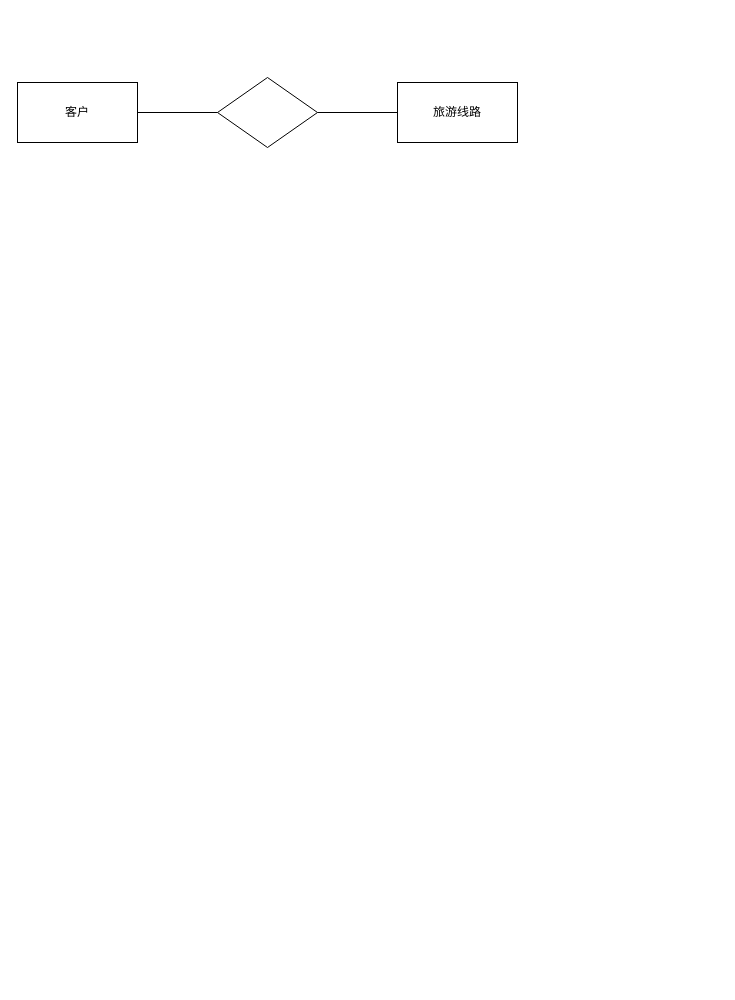
The draw.io diagram Untitled Diagram.drawio in AkeMondx/HNU-Auto-Clockin, before the edit. Source tidied: cells renumbered, new cells numbered last; positions are measured from the earlier drawing's top-left corner, leaving out a move shared by most shapes. Both pictures are drawn from the tidied source at 100%, with x=0, y=0 at pixel (17, 77).
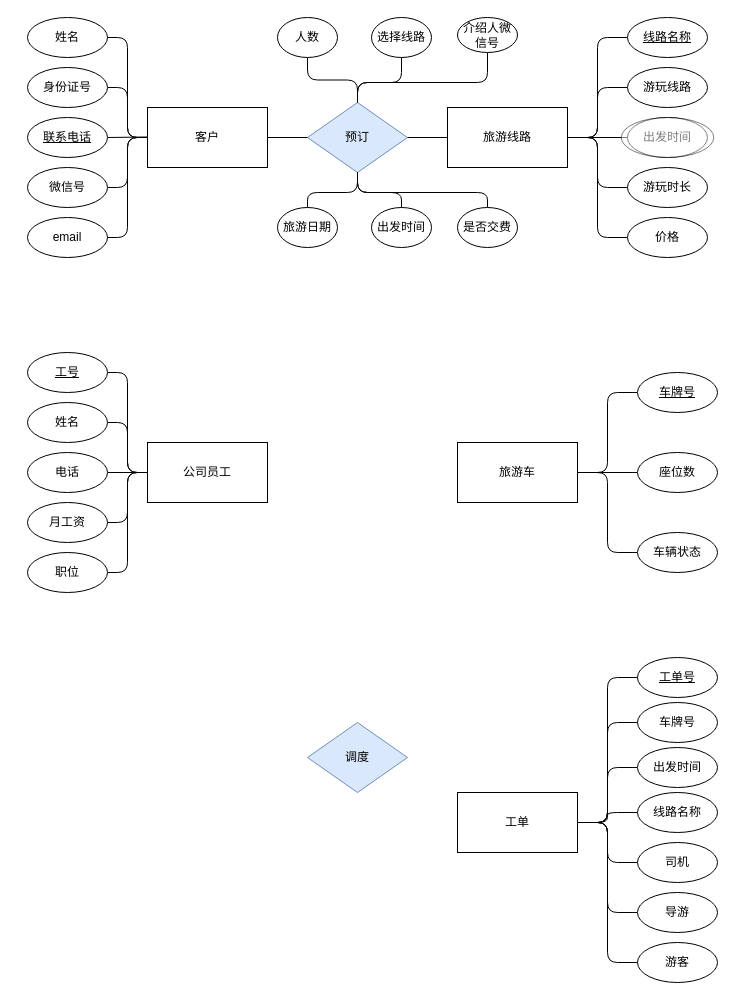
Above is the later version.

Change to the diagram source:
```diff
@@
     <mxCell id="2" value="客户" style="rounded=0;whiteSpace=wrap;html=1;sketch=0;" parent="1" vertex="1">
-      <mxGeometry y="5" width="120" height="60" as="geometry" />
+      <mxGeometry x="130" y="30" width="120" height="60" as="geometry" />
     </mxCell>
-    <mxCell id="3" style="rhombus;whiteSpace=wrap;html=1;rounded=0;sketch=0;" parent="1" vertex="1">
-      <mxGeometry x="200" width="100" height="70" as="geometry" />
+    <mxCell id="3" value="预订" style="rhombus;whiteSpace=wrap;html=1;rounded=0;sketch=0;fillColor=#dae8fc;strokeColor=#6c8ebf;" parent="1" vertex="1">
+      <mxGeometry x="290" y="25" width="100" height="70" as="geometry" />
     </mxCell>
-    <mxCell id="4" value="旅游线路" style="rounded=0;whiteSpace=wrap;html=1;sketch=0;" parent="1" vertex="1">
-      <mxGeometry x="380" y="5" width="120" height="60" as="geometry" />
-    </mxCell>
@@
-    <mxCell id="6" style="endArrow=none;html=1;rounded=1;sketch=0;curved=0;exitX=1;exitY=0.5;exitDx=0;exitDy=0;" parent="1" edge="1" source="3">
+    <mxCell id="6" style="endArrow=none;html=1;rounded=1;sketch=0;curved=0;exitX=1;exitY=0.5;exitDx=0;exitDy=0;startArrow=none;" parent="1" edge="1" source="4">
       <mxGeometry relative="1" as="geometry">
-        <mxPoint x="380" y="35" as="targetPoint" />
+        <mxPoint x="470" y="60" as="targetPoint" />
       </mxGeometry>
     </mxCell>
+    <mxCell id="7" style="edgeStyle=orthogonalEdgeStyle;curved=0;rounded=1;sketch=0;jettySize=auto;html=1;exitX=0;exitY=0.5;exitDx=0;exitDy=0;entryX=1;entryY=0.5;entryDx=0;entryDy=0;endArrow=none;endFill=0;" parent="1" edge="1" source="8" target="4">
+      <mxGeometry relative="1" as="geometry" />
+    </mxCell>
+    <mxCell id="8" value="出发时间" style="ellipse;whiteSpace=wrap;html=1;rounded=0;sketch=0;shadow=0;gradientColor=none;perimeterSpacing=0;labelBorderColor=none;labelBackgroundColor=none;" parent="1" vertex="1">
+      <mxGeometry x="610" y="40" width="80" height="40" as="geometry" />
+    </mxCell>
+    <mxCell id="9" style="edgeStyle=orthogonalEdgeStyle;curved=0;rounded=1;sketch=0;jettySize=auto;html=1;exitX=0;exitY=0.5;exitDx=0;exitDy=0;entryX=1;entryY=0.5;entryDx=0;entryDy=0;endArrow=none;endFill=0;" parent="1" edge="1" source="10" target="4">
+      <mxGeometry relative="1" as="geometry" />
+    </mxCell>
+    <mxCell id="10" value="游玩时长" style="ellipse;whiteSpace=wrap;html=1;rounded=0;sketch=0;" parent="1" vertex="1">
+      <mxGeometry x="610" y="90" width="80" height="40" as="geometry" />
+    </mxCell>
+    <mxCell id="11" style="edgeStyle=orthogonalEdgeStyle;curved=0;rounded=1;sketch=0;jettySize=auto;html=1;entryX=1;entryY=0.5;entryDx=0;entryDy=0;endArrow=none;endFill=0;" parent="1" edge="1" source="12" target="4">
+      <mxGeometry relative="1" as="geometry" />
+    </mxCell>
+    <mxCell id="12" value="价格" style="ellipse;whiteSpace=wrap;html=1;rounded=0;sketch=0;" parent="1" vertex="1">
+      <mxGeometry x="610" y="140" width="80" height="40" as="geometry" />
+    </mxCell>
+    <mxCell id="13" style="edgeStyle=orthogonalEdgeStyle;curved=0;rounded=1;sketch=0;jettySize=auto;html=1;exitX=0;exitY=0.5;exitDx=0;exitDy=0;entryX=1;entryY=0.5;entryDx=0;entryDy=0;endArrow=none;endFill=0;" parent="1" edge="1" source="14" target="4">
+      <mxGeometry relative="1" as="geometry" />
+    </mxCell>
+    <mxCell id="14" value="游玩线路" style="ellipse;whiteSpace=wrap;html=1;rounded=0;sketch=0;" parent="1" vertex="1">
+      <mxGeometry x="610" y="-10" width="80" height="40" as="geometry" />
+    </mxCell>
+    <mxCell id="15" style="edgeStyle=orthogonalEdgeStyle;curved=0;rounded=1;sketch=0;jettySize=auto;html=1;entryX=1;entryY=0.5;entryDx=0;entryDy=0;endArrow=none;endFill=0;" parent="1" edge="1" source="16" target="4">
+      <mxGeometry relative="1" as="geometry" />
+    </mxCell>
+    <mxCell id="16" value="线路名称" style="ellipse;whiteSpace=wrap;html=1;rounded=0;sketch=0;gradientColor=none;fontStyle=4;" parent="1" vertex="1">
+      <mxGeometry x="610" y="-60" width="80" height="40" as="geometry" />
+    </mxCell>
+    <mxCell id="17" style="edgeStyle=orthogonalEdgeStyle;curved=0;rounded=1;sketch=0;jettySize=auto;html=1;exitX=1;exitY=0.5;exitDx=0;exitDy=0;entryX=0;entryY=0.5;entryDx=0;entryDy=0;endArrow=none;endFill=0;" parent="1" edge="1" source="18" target="2">
+      <mxGeometry relative="1" as="geometry" />
+    </mxCell>
+    <mxCell id="18" value="姓名" style="ellipse;whiteSpace=wrap;html=1;rounded=0;sketch=0;" parent="1" vertex="1">
+      <mxGeometry x="10" y="-60" width="80" height="40" as="geometry" />
+    </mxCell>
+    <mxCell id="4" value="旅游线路" style="rounded=0;whiteSpace=wrap;html=1;sketch=0;" parent="1" vertex="1">
+      <mxGeometry x="430" y="30" width="120" height="60" as="geometry" />
+    </mxCell>
+    <mxCell id="19" style="endArrow=none;html=1;rounded=1;sketch=0;curved=0;exitX=1;exitY=0.5;exitDx=0;exitDy=0;" parent="1" edge="1" source="3" target="4">
+      <mxGeometry relative="1" as="geometry" />
+    </mxCell>
+    <mxCell id="20" style="edgeStyle=orthogonalEdgeStyle;curved=0;rounded=1;sketch=0;jettySize=auto;html=1;exitX=1;exitY=0.5;exitDx=0;exitDy=0;entryX=0;entryY=0.5;entryDx=0;entryDy=0;endArrow=none;endFill=0;" parent="1" edge="1" source="21" target="2">
+      <mxGeometry relative="1" as="geometry" />
+    </mxCell>
+    <mxCell id="21" value="身份证号" style="ellipse;whiteSpace=wrap;html=1;rounded=0;sketch=0;" parent="1" vertex="1">
+      <mxGeometry x="10" y="-10" width="80" height="40" as="geometry" />
+    </mxCell>
+    <mxCell id="22" style="edgeStyle=orthogonalEdgeStyle;curved=0;rounded=1;sketch=0;jettySize=auto;html=1;exitX=1;exitY=0.5;exitDx=0;exitDy=0;endArrow=none;endFill=0;" parent="1" edge="1" source="23">
+      <mxGeometry relative="1" as="geometry">
+        <mxPoint x="130" y="59.5" as="targetPoint" />
+      </mxGeometry>
+    </mxCell>
+    <mxCell id="23" value="联系电话" style="ellipse;whiteSpace=wrap;html=1;rounded=0;sketch=0;fontStyle=4;" parent="1" vertex="1">
+      <mxGeometry x="10" y="40" width="80" height="40" as="geometry" />
+    </mxCell>
+    <mxCell id="24" style="edgeStyle=orthogonalEdgeStyle;curved=0;rounded=1;sketch=0;jettySize=auto;html=1;exitX=1;exitY=0.5;exitDx=0;exitDy=0;entryX=0;entryY=0.5;entryDx=0;entryDy=0;endArrow=none;endFill=0;" parent="1" edge="1" source="25" target="2">
+      <mxGeometry relative="1" as="geometry" />
+    </mxCell>
+    <mxCell id="25" value="微信号" style="ellipse;whiteSpace=wrap;html=1;rounded=0;sketch=0;" parent="1" vertex="1">
+      <mxGeometry x="10" y="90" width="80" height="40" as="geometry" />
+    </mxCell>
+    <mxCell id="26" style="edgeStyle=orthogonalEdgeStyle;curved=0;rounded=1;sketch=0;jettySize=auto;html=1;entryX=0;entryY=0.5;entryDx=0;entryDy=0;endArrow=none;endFill=0;" parent="1" edge="1" source="27" target="2">
+      <mxGeometry relative="1" as="geometry" />
+    </mxCell>
+    <mxCell id="27" value="email" style="ellipse;whiteSpace=wrap;html=1;rounded=0;sketch=0;" parent="1" vertex="1">
+      <mxGeometry x="10" y="140" width="80" height="40" as="geometry" />
+    </mxCell>
+    <mxCell id="28" style="edgeStyle=orthogonalEdgeStyle;curved=0;rounded=1;sketch=0;jettySize=auto;html=1;exitX=0.5;exitY=0;exitDx=0;exitDy=0;entryX=0.5;entryY=1;entryDx=0;entryDy=0;endArrow=none;endFill=0;" parent="1" edge="1" source="29" target="3">
+      <mxGeometry relative="1" as="geometry">
+        <Array as="points">
+          <mxPoint x="290" y="115" />
+          <mxPoint x="340" y="115" />
+        </Array>
+      </mxGeometry>
+    </mxCell>
+    <mxCell id="29" value="旅游日期" style="ellipse;whiteSpace=wrap;html=1;rounded=0;sketch=0;" parent="1" vertex="1">
+      <mxGeometry x="260" y="130" width="60" height="40" as="geometry" />
+    </mxCell>
+    <mxCell id="30" style="edgeStyle=orthogonalEdgeStyle;curved=0;rounded=1;sketch=0;jettySize=auto;html=1;exitX=0.5;exitY=1;exitDx=0;exitDy=0;endArrow=none;endFill=0;" parent="1" edge="1" source="31">
+      <mxGeometry relative="1" as="geometry">
+        <mxPoint x="340" y="25" as="targetPoint" />
+        <Array as="points">
+          <mxPoint x="384" y="5" />
+          <mxPoint x="340" y="5" />
+        </Array>
+      </mxGeometry>
+    </mxCell>
+    <mxCell id="31" value="选择线路" style="ellipse;whiteSpace=wrap;html=1;rounded=0;sketch=0;" parent="1" vertex="1">
+      <mxGeometry x="354" y="-60" width="60" height="40" as="geometry" />
+    </mxCell>
+    <mxCell id="32" style="edgeStyle=orthogonalEdgeStyle;curved=0;rounded=1;sketch=0;jettySize=auto;html=1;exitX=0.5;exitY=0;exitDx=0;exitDy=0;endArrow=none;endFill=0;" parent="1" edge="1" source="33">
+      <mxGeometry relative="1" as="geometry">
+        <mxPoint x="340" y="95" as="targetPoint" />
+        <Array as="points">
+          <mxPoint x="384" y="115" />
+          <mxPoint x="340" y="115" />
+        </Array>
+      </mxGeometry>
+    </mxCell>
+    <mxCell id="33" value="出发时间" style="ellipse;whiteSpace=wrap;html=1;rounded=0;sketch=0;" parent="1" vertex="1">
+      <mxGeometry x="354" y="130" width="60" height="40" as="geometry" />
+    </mxCell>
+    <mxCell id="34" style="edgeStyle=orthogonalEdgeStyle;curved=0;rounded=1;sketch=0;jettySize=auto;html=1;exitX=0.5;exitY=1;exitDx=0;exitDy=0;entryX=0.5;entryY=0;entryDx=0;entryDy=0;endArrow=none;endFill=0;" parent="1" edge="1" source="35" target="3">
+      <mxGeometry relative="1" as="geometry" />
+    </mxCell>
+    <mxCell id="35" value="人数" style="ellipse;whiteSpace=wrap;html=1;rounded=0;sketch=0;" parent="1" vertex="1">
+      <mxGeometry x="260" y="-60" width="60" height="40" as="geometry" />
+    </mxCell>
+    <mxCell id="36" style="ellipse;whiteSpace=wrap;html=1;rounded=0;shadow=0;labelBackgroundColor=none;labelBorderColor=none;sketch=0;gradientColor=none;textOpacity=0;opacity=50;" parent="1" vertex="1">
+      <mxGeometry x="603.8" y="40" width="92.5" height="40" as="geometry" />
+    </mxCell>
+    <mxCell id="37" value="公司员工" style="rounded=0;whiteSpace=wrap;html=1;sketch=0;" parent="1" vertex="1">
+      <mxGeometry x="130" y="365" width="120" height="60" as="geometry" />
+    </mxCell>
+    <mxCell id="38" style="edgeStyle=orthogonalEdgeStyle;curved=0;rounded=1;sketch=0;jettySize=auto;html=1;exitX=1;exitY=0.5;exitDx=0;exitDy=0;entryX=0;entryY=0.5;entryDx=0;entryDy=0;endArrow=none;endFill=0;" parent="1" edge="1" source="39" target="37">
+      <mxGeometry relative="1" as="geometry" />
+    </mxCell>
+    <mxCell id="39" value="工号" style="ellipse;whiteSpace=wrap;html=1;rounded=0;sketch=0;fontStyle=4;" parent="1" vertex="1">
+      <mxGeometry x="10" y="275" width="80" height="40" as="geometry" />
+    </mxCell>
+    <mxCell id="40" style="edgeStyle=orthogonalEdgeStyle;curved=0;rounded=1;sketch=0;jettySize=auto;html=1;exitX=1;exitY=0.5;exitDx=0;exitDy=0;entryX=0;entryY=0.5;entryDx=0;entryDy=0;endArrow=none;endFill=0;" parent="1" edge="1" source="41" target="37">
+      <mxGeometry relative="1" as="geometry" />
+    </mxCell>
+    <mxCell id="41" value="姓名" style="ellipse;whiteSpace=wrap;html=1;rounded=0;sketch=0;" parent="1" vertex="1">
+      <mxGeometry x="10" y="325" width="80" height="40" as="geometry" />
+    </mxCell>
+    <mxCell id="42" style="edgeStyle=orthogonalEdgeStyle;curved=0;rounded=1;sketch=0;jettySize=auto;html=1;exitX=1;exitY=0.5;exitDx=0;exitDy=0;entryX=0;entryY=0.5;entryDx=0;entryDy=0;endArrow=none;endFill=0;" parent="1" edge="1" source="43" target="37">
+      <mxGeometry relative="1" as="geometry" />
+    </mxCell>
+    <mxCell id="43" value="电话" style="ellipse;whiteSpace=wrap;html=1;rounded=0;sketch=0;fontStyle=0;" parent="1" vertex="1">
+      <mxGeometry x="10" y="375" width="80" height="40" as="geometry" />
+    </mxCell>
+    <mxCell id="44" style="edgeStyle=orthogonalEdgeStyle;curved=0;rounded=1;sketch=0;jettySize=auto;html=1;exitX=1;exitY=0.5;exitDx=0;exitDy=0;entryX=0;entryY=0.5;entryDx=0;entryDy=0;endArrow=none;endFill=0;" parent="1" edge="1" source="45" target="37">
+      <mxGeometry relative="1" as="geometry" />
+    </mxCell>
+    <mxCell id="45" value="月工资" style="ellipse;whiteSpace=wrap;html=1;rounded=0;sketch=0;" parent="1" vertex="1">
+      <mxGeometry x="10" y="425" width="80" height="40" as="geometry" />
+    </mxCell>
+    <mxCell id="46" style="edgeStyle=orthogonalEdgeStyle;curved=0;rounded=1;sketch=0;jettySize=auto;html=1;entryX=0.5;entryY=0;entryDx=0;entryDy=0;endArrow=none;endFill=0;" parent="1" edge="1" source="47" target="3">
+      <mxGeometry relative="1" as="geometry">
+        <Array as="points">
+          <mxPoint x="470" y="5" />
+          <mxPoint x="340" y="5" />
+        </Array>
+      </mxGeometry>
+    </mxCell>
+    <mxCell id="47" value="介绍人微信号" style="ellipse;whiteSpace=wrap;html=1;rounded=0;sketch=0;" parent="1" vertex="1">
+      <mxGeometry x="440" y="-60" width="60" height="35" as="geometry" />
+    </mxCell>
+    <mxCell id="48" style="edgeStyle=orthogonalEdgeStyle;curved=0;rounded=1;sketch=0;jettySize=auto;html=1;exitX=1;exitY=0.5;exitDx=0;exitDy=0;entryX=0;entryY=0.5;entryDx=0;entryDy=0;endArrow=none;endFill=0;" parent="1" edge="1" source="49" target="54">
+      <mxGeometry relative="1" as="geometry" />
+    </mxCell>
+    <mxCell id="49" value="旅游车" style="rounded=0;whiteSpace=wrap;html=1;sketch=0;" parent="1" vertex="1">
+      <mxGeometry x="440" y="365" width="120" height="60" as="geometry" />
+    </mxCell>
+    <mxCell id="50" style="edgeStyle=orthogonalEdgeStyle;curved=0;rounded=1;sketch=0;jettySize=auto;html=1;entryX=1;entryY=0.5;entryDx=0;entryDy=0;endArrow=none;endFill=0;" parent="1" edge="1" source="51" target="49">
+      <mxGeometry relative="1" as="geometry" />
+    </mxCell>
+    <mxCell id="51" value="车牌号" style="ellipse;whiteSpace=wrap;html=1;rounded=0;sketch=0;fontStyle=4;" parent="1" vertex="1">
+      <mxGeometry x="620" y="295" width="80" height="40" as="geometry" />
+    </mxCell>
+    <mxCell id="52" style="edgeStyle=orthogonalEdgeStyle;curved=0;rounded=1;sketch=0;jettySize=auto;html=1;exitX=0;exitY=0.5;exitDx=0;exitDy=0;entryX=1;entryY=0.5;entryDx=0;entryDy=0;endArrow=none;endFill=0;" parent="1" edge="1" source="53" target="49">
+      <mxGeometry relative="1" as="geometry" />
+    </mxCell>
+    <mxCell id="53" value="座位数" style="ellipse;whiteSpace=wrap;html=1;rounded=0;sketch=0;" parent="1" vertex="1">
+      <mxGeometry x="620" y="375" width="80" height="40" as="geometry" />
+    </mxCell>
+    <mxCell id="54" value="车辆状态" style="ellipse;whiteSpace=wrap;html=1;rounded=0;sketch=0;" parent="1" vertex="1">
+      <mxGeometry x="620" y="455" width="80" height="40" as="geometry" />
+    </mxCell>
+    <mxCell id="55" style="edgeStyle=orthogonalEdgeStyle;curved=0;rounded=1;sketch=0;jettySize=auto;html=1;exitX=1;exitY=0.5;exitDx=0;exitDy=0;entryX=0;entryY=0.5;entryDx=0;entryDy=0;endArrow=none;endFill=0;" parent="1" edge="1" source="56" target="37">
+      <mxGeometry relative="1" as="geometry" />
+    </mxCell>
+    <mxCell id="56" value="职位" style="ellipse;whiteSpace=wrap;html=1;rounded=0;sketch=0;" parent="1" vertex="1">
+      <mxGeometry x="10" y="475" width="80" height="40" as="geometry" />
+    </mxCell>
+    <mxCell id="57" value="调度" style="rhombus;whiteSpace=wrap;html=1;rounded=0;sketch=0;fillColor=#dae8fc;strokeColor=#6c8ebf;" parent="1" vertex="1">
+      <mxGeometry x="290" y="645" width="100" height="70" as="geometry" />
+    </mxCell>
+    <mxCell id="58" style="edgeStyle=orthogonalEdgeStyle;curved=0;rounded=1;sketch=0;jettySize=auto;html=1;exitX=1;exitY=0.5;exitDx=0;exitDy=0;entryX=0;entryY=0.5;entryDx=0;entryDy=0;endArrow=none;endFill=0;" parent="1" edge="1" source="62" target="67">
+      <mxGeometry relative="1" as="geometry" />
+    </mxCell>
+    <mxCell id="59" style="edgeStyle=orthogonalEdgeStyle;curved=0;rounded=1;sketch=0;jettySize=auto;html=1;exitX=1;exitY=0.5;exitDx=0;exitDy=0;entryX=0;entryY=0.5;entryDx=0;entryDy=0;endArrow=none;endFill=0;" parent="1" edge="1" source="62" target="70">
+      <mxGeometry relative="1" as="geometry" />
+    </mxCell>
+    <mxCell id="60" style="edgeStyle=orthogonalEdgeStyle;curved=0;rounded=1;sketch=0;jettySize=auto;html=1;exitX=1;exitY=0.5;exitDx=0;exitDy=0;entryX=0;entryY=0.5;entryDx=0;entryDy=0;endArrow=none;endFill=0;" parent="1" edge="1" source="62" target="71">
+      <mxGeometry relative="1" as="geometry" />
+    </mxCell>
+    <mxCell id="61" style="edgeStyle=orthogonalEdgeStyle;curved=0;rounded=1;sketch=0;jettySize=auto;html=1;exitX=1;exitY=0.5;exitDx=0;exitDy=0;entryX=0;entryY=0.5;entryDx=0;entryDy=0;endArrow=none;endFill=0;" parent="1" edge="1" source="62" target="72">
+      <mxGeometry relative="1" as="geometry" />
+    </mxCell>
+    <mxCell id="62" value="工单" style="rounded=0;whiteSpace=wrap;html=1;sketch=0;" parent="1" vertex="1">
+      <mxGeometry x="440" y="715" width="120" height="60" as="geometry" />
+    </mxCell>
+    <mxCell id="63" style="edgeStyle=orthogonalEdgeStyle;curved=0;rounded=1;sketch=0;jettySize=auto;html=1;entryX=1;entryY=0.5;entryDx=0;entryDy=0;endArrow=none;endFill=0;" parent="1" edge="1" source="64" target="62">
+      <mxGeometry relative="1" as="geometry" />
+    </mxCell>
+    <mxCell id="64" value="工单号" style="ellipse;whiteSpace=wrap;html=1;rounded=0;sketch=0;fontStyle=4;" parent="1" vertex="1">
+      <mxGeometry x="620" y="580" width="80" height="40" as="geometry" />
+    </mxCell>
+    <mxCell id="65" style="edgeStyle=orthogonalEdgeStyle;curved=0;rounded=1;sketch=0;jettySize=auto;html=1;exitX=0;exitY=0.5;exitDx=0;exitDy=0;entryX=1;entryY=0.5;entryDx=0;entryDy=0;endArrow=none;endFill=0;" parent="1" edge="1" source="66" target="62">
+      <mxGeometry relative="1" as="geometry" />
+    </mxCell>
+    <mxCell id="66" value="车牌号" style="ellipse;whiteSpace=wrap;html=1;rounded=0;sketch=0;" parent="1" vertex="1">
+      <mxGeometry x="620" y="625" width="80" height="40" as="geometry" />
+    </mxCell>
+    <mxCell id="67" value="线路名称" style="ellipse;whiteSpace=wrap;html=1;rounded=0;sketch=0;" parent="1" vertex="1">
+      <mxGeometry x="620" y="715" width="80" height="40" as="geometry" />
+    </mxCell>
+    <mxCell id="68" style="edgeStyle=orthogonalEdgeStyle;curved=0;rounded=1;sketch=0;jettySize=auto;html=1;exitX=0;exitY=0.5;exitDx=0;exitDy=0;entryX=1;entryY=0.5;entryDx=0;entryDy=0;endArrow=none;endFill=0;" parent="1" edge="1" source="69" target="62">
+      <mxGeometry relative="1" as="geometry" />
+    </mxCell>
+    <mxCell id="69" value="出发时间" style="ellipse;whiteSpace=wrap;html=1;rounded=0;sketch=0;" parent="1" vertex="1">
+      <mxGeometry x="620" y="670" width="80" height="40" as="geometry" />
+    </mxCell>
+    <mxCell id="70" value="司机" style="ellipse;whiteSpace=wrap;html=1;rounded=0;sketch=0;" parent="1" vertex="1">
+      <mxGeometry x="620" y="765" width="80" height="40" as="geometry" />
+    </mxCell>
+    <mxCell id="71" value="导游" style="ellipse;whiteSpace=wrap;html=1;rounded=0;sketch=0;" parent="1" vertex="1">
+      <mxGeometry x="620" y="815" width="80" height="40" as="geometry" />
+    </mxCell>
+    <mxCell id="72" value="游客" style="ellipse;whiteSpace=wrap;html=1;rounded=0;sketch=0;" parent="1" vertex="1">
+      <mxGeometry x="620" y="865" width="80" height="40" as="geometry" />
+    </mxCell>
+    <mxCell id="73" style="edgeStyle=orthogonalEdgeStyle;curved=0;rounded=1;sketch=0;jettySize=auto;html=1;entryX=0.5;entryY=1;entryDx=0;entryDy=0;endArrow=none;endFill=0;" parent="1" edge="1" source="74" target="3">
+      <mxGeometry relative="1" as="geometry">
+        <Array as="points">
+          <mxPoint x="470" y="115" />
+          <mxPoint x="340" y="115" />
+        </Array>
+      </mxGeometry>
+    </mxCell>
+    <mxCell id="74" value="是否交费" style="ellipse;whiteSpace=wrap;html=1;rounded=0;sketch=0;" parent="1" vertex="1">
+      <mxGeometry x="440" y="130" width="60" height="40" as="geometry" />
+    </mxCell>
```
